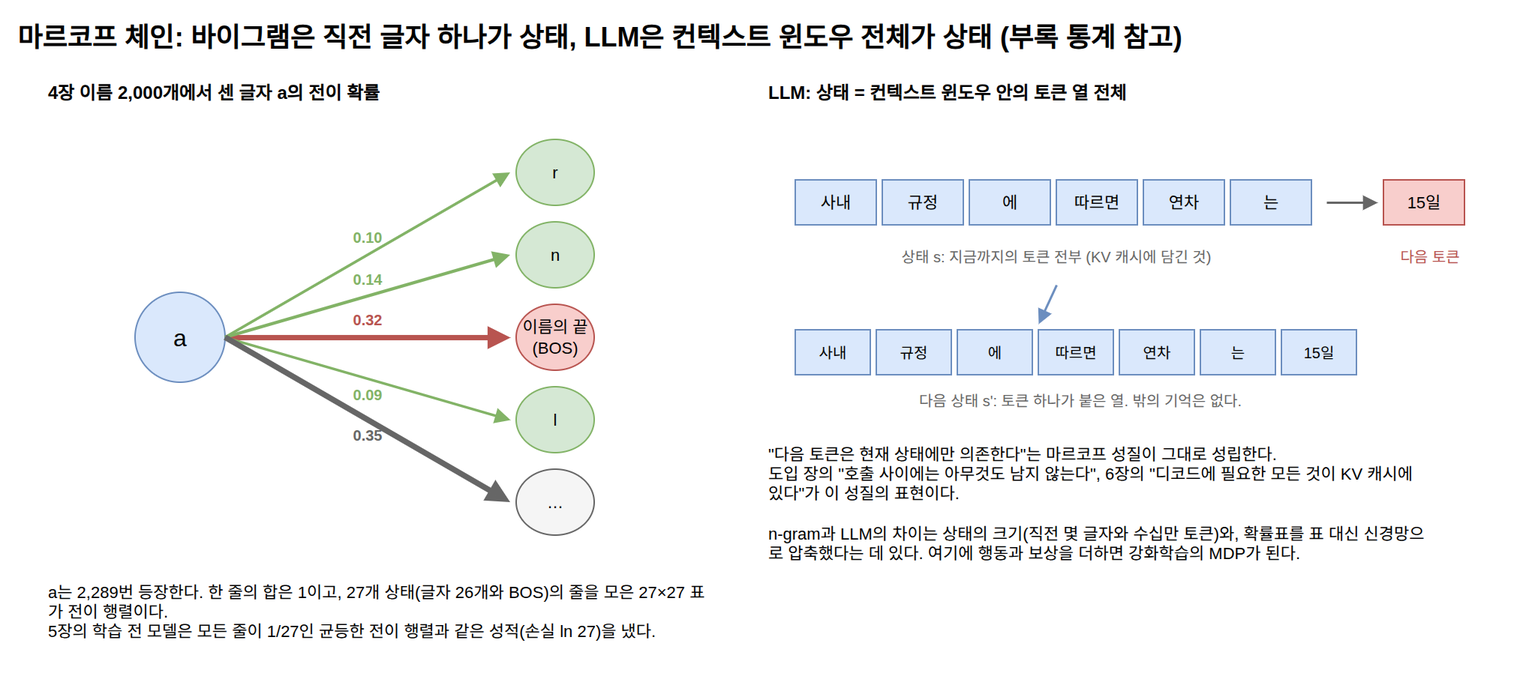
Above: book/diagrams/appendix-statistics-markov-bigram.drawio.png in benelog/llm-principles (draw.io), before the change. Source tidied: cells renumbered, new cells last; positions are measured from the earlier drawing's top-left corner, leaving out a move shared by most shapes.
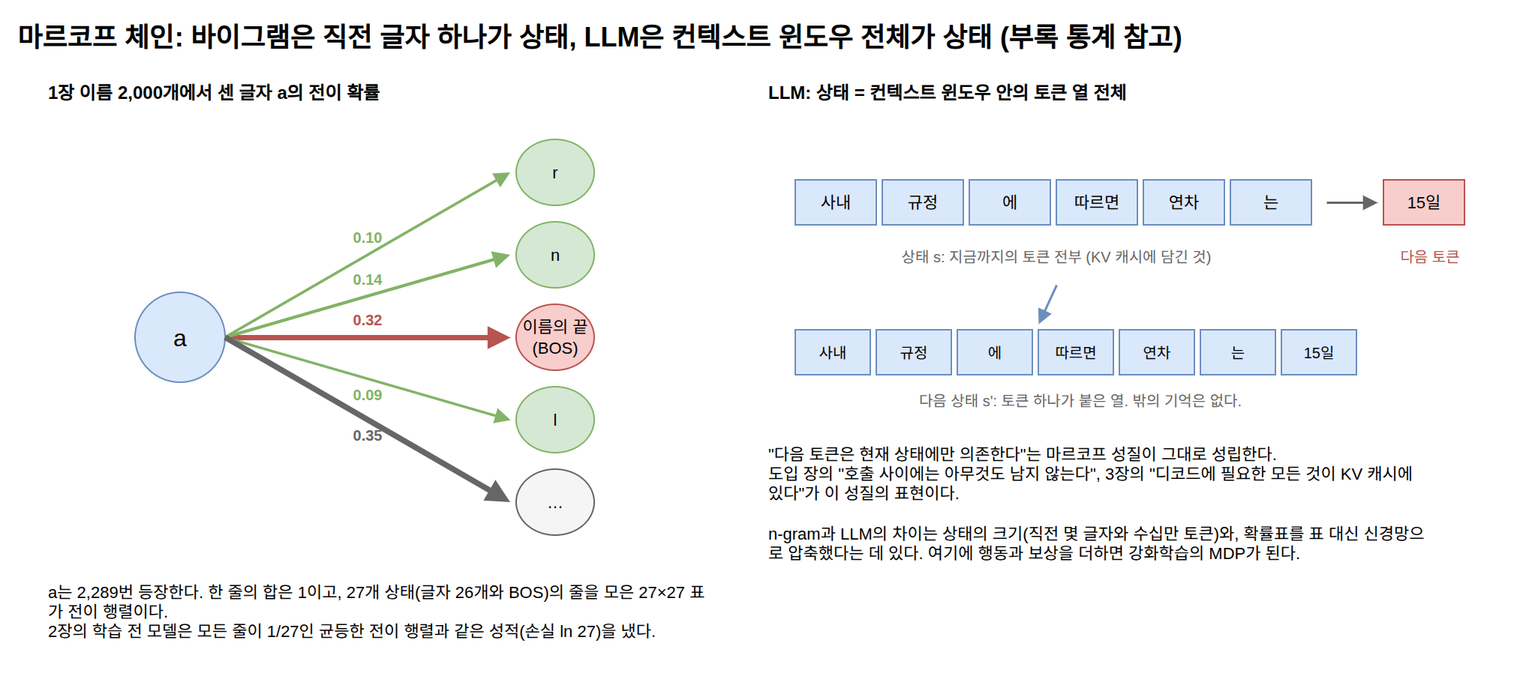
After the commit.

Change to the diagram source:
```diff
@@ -5,7 +5,7 @@
     <mxCell id="2" value="마르코프 체인: 바이그램은 직전 글자 하나가 상태, LLM은 컨텍스트 윈도우 전체가 상태 (부록 통계 참고)" style="text;html=1;fontSize=18;align=left;verticalAlign=middle;whiteSpace=wrap;fontStyle=1;" parent="1" vertex="1">
       <mxGeometry width="920" height="30" as="geometry" />
     </mxCell>
-    <mxCell id="3" value="4장 이름 2,000개에서 센 글자 a의 전이 확률" style="text;html=1;fontSize=12;align=left;verticalAlign=middle;whiteSpace=wrap;fontStyle=1;" parent="1" vertex="1">
+    <mxCell id="3" value="1장 이름 2,000개에서 센 글자 a의 전이 확률" style="text;html=1;fontSize=12;align=left;verticalAlign=middle;whiteSpace=wrap;fontStyle=1;" parent="1" vertex="1">
       <mxGeometry x="20" y="42" width="440" height="20" as="geometry" />
     </mxCell>
     <mxCell id="4" value="a" style="ellipse;whiteSpace=wrap;html=1;fillColor=#dae8fc;strokeColor=#6c8ebf;fontSize=16;" parent="1" vertex="1">
@@ -71,7 +71,7 @@
     <mxCell id="19" value="0.35" style="text;html=1;fontSize=10;align=center;verticalAlign=middle;whiteSpace=wrap;fontStyle=1;fontColor=#666666;" parent="1" vertex="1">
       <mxGeometry x="215" y="272" width="40" height="16" as="geometry" />
     </mxCell>
-    <mxCell id="20" value="a는 2,289번 등장한다. 한 줄의 합은 1이고, 27개 상태(글자 26개와 BOS)의 줄을 모은 27×27 표가 전이 행렬이다.&lt;br&gt;5장의 학습 전 모델은 모든 줄이 1/27인 균등한 전이 행렬과 같은 성적(손실 ln 27)을 냈다." style="text;html=1;fontSize=11;align=left;verticalAlign=top;whiteSpace=wrap;" parent="1" vertex="1">
+    <mxCell id="20" value="a는 2,289번 등장한다. 한 줄의 합은 1이고, 27개 상태(글자 26개와 BOS)의 줄을 모은 27×27 표가 전이 행렬이다.&lt;br&gt;2장의 학습 전 모델은 모든 줄이 1/27인 균등한 전이 행렬과 같은 성적(손실 ln 27)을 냈다." style="text;html=1;fontSize=11;align=left;verticalAlign=top;whiteSpace=wrap;" parent="1" vertex="1">
       <mxGeometry x="20" y="372" width="440" height="70" as="geometry" />
     </mxCell>
     <mxCell id="21" value="LLM: 상태 = 컨텍스트 윈도우 안의 토큰 열 전체" style="text;html=1;fontSize=12;align=left;verticalAlign=middle;whiteSpace=wrap;fontStyle=1;" parent="1" vertex="1">
@@ -143,7 +143,7 @@
         <mxPoint x="682" y="206" as="targetPoint" />
       </mxGeometry>
     </mxCell>
-    <mxCell id="42" value="&quot;다음 토큰은 현재 상태에만 의존한다&quot;는 마르코프 성질이 그대로 성립한다.&lt;br&gt;도입 장의 &quot;호출 사이에는 아무것도 남지 않는다&quot;, 6장의 &quot;디코드에 필요한 모든 것이 KV 캐시에 있다&quot;가 이 성질의 표현이다.&lt;br&gt;&lt;br&gt;n-gram과 LLM의 차이는 상태의 크기(직전 몇 글자와 수십만 토큰)와, 확률표를 표 대신 신경망으로 압축했다는 데 있다. 여기에 행동과 보상을 더하면 강화학습의 MDP가 된다." style="text;html=1;fontSize=11;align=left;verticalAlign=top;whiteSpace=wrap;" parent="1" vertex="1">
+    <mxCell id="42" value="&quot;다음 토큰은 현재 상태에만 의존한다&quot;는 마르코프 성질이 그대로 성립한다.&lt;br&gt;도입 장의 &quot;호출 사이에는 아무것도 남지 않는다&quot;, 3장의 &quot;디코드에 필요한 모든 것이 KV 캐시에 있다&quot;가 이 성질의 표현이다.&lt;br&gt;&lt;br&gt;n-gram과 LLM의 차이는 상태의 크기(직전 몇 글자와 수십만 토큰)와, 확률표를 표 대신 신경망으로 압축했다는 데 있다. 여기에 행동과 보상을 더하면 강화학습의 MDP가 된다." style="text;html=1;fontSize=11;align=left;verticalAlign=top;whiteSpace=wrap;" parent="1" vertex="1">
       <mxGeometry x="500" y="280" width="440" height="150" as="geometry" />
     </mxCell>
   </root>
```
